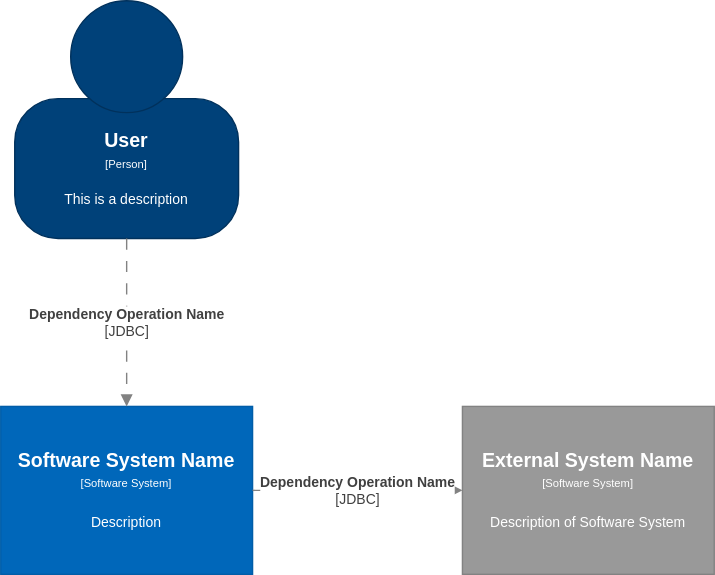
Before: doc/system-context.drawio.svg, a diagram exported from draw.io (bluezephyr/c4-hacks). Source tidied: cells renumbered, new cells last; positions are measured from the earlier drawing's top-left corner, leaving out a move shared by most shapes.
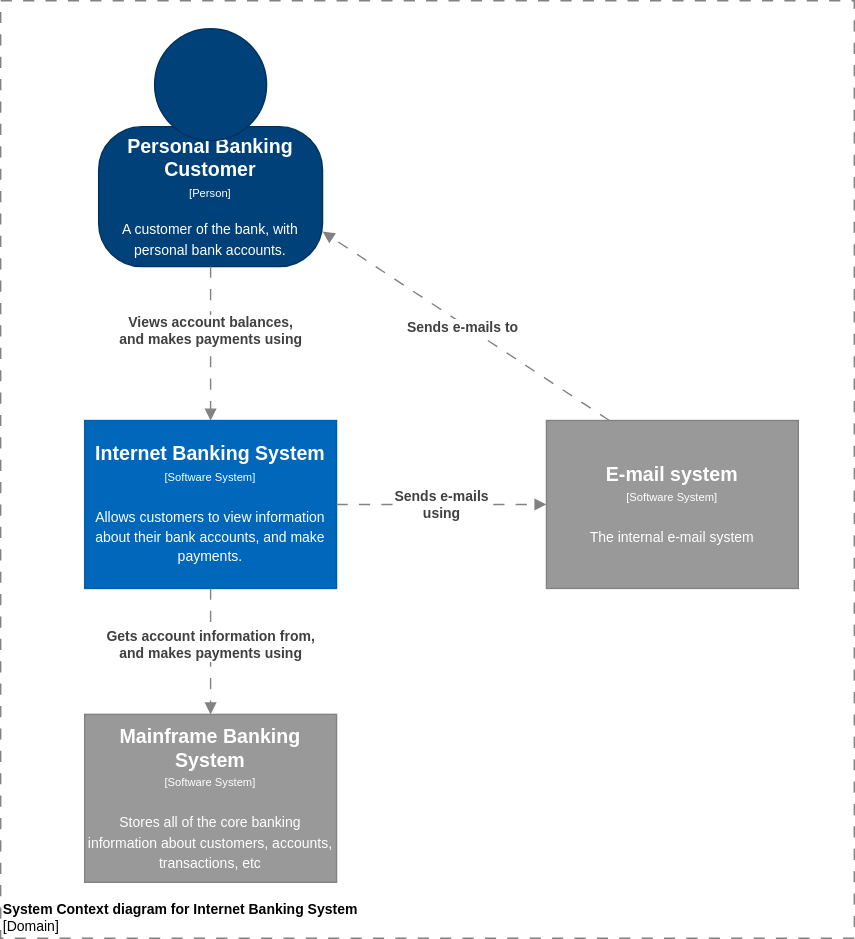
Above is the later version.

Commit message:
Update front page

Diff of the diagram source:
```diff
@@ -2,12 +2,17 @@
   <root>
     <mxCell id="0" />
     <mxCell id="1" parent="0" />
+    <object id="9" label="&lt;font style=&quot;font-size: 10px&quot;&gt;&lt;b&gt;%name%&lt;/b&gt;&lt;br style=&quot;font-size: 10px&quot;&gt;[Domain]&lt;/font&gt;" name="System Context diagram for Internet Banking System" placeholders="1">
+      <mxCell style="rounded=0;whiteSpace=wrap;html=1;strokeColor=#828282;fillColor=none;fontColor=#000000;align=left;labelPosition=center;verticalLabelPosition=middle;verticalAlign=bottom;dashed=1;strokeWidth=1;perimeterSpacing=0;spacing=2;spacingTop=0;fontSize=10;dashPattern=8 8;" parent="1" vertex="1">
+        <mxGeometry x="-60" y="-10" width="610" height="670" as="geometry" />
+      </mxCell>
+    </object>
     <object id="2" label="" instruction="edit data of the lower shape within the group" placeholders="1">
       <mxCell style="group;" parent="1" vertex="1">
-        <mxGeometry x="10" width="160" height="170" as="geometry" />
+        <mxGeometry x="10" y="10" width="160" height="170" as="geometry" />
       </mxCell>
     </object>
-    <object id="3" label="&lt;div style=&quot;color: rgb(255 , 255 , 255) ; white-space: normal&quot;&gt;&lt;span style=&quot;font-size: 14px&quot;&gt;&lt;b&gt;%name%&lt;/b&gt;&lt;/span&gt;&lt;/div&gt;&lt;div style=&quot;color: rgb(255 , 255 , 255) ; white-space: normal&quot;&gt;&lt;font style=&quot;font-size: 8px&quot;&gt;[Person]&lt;/font&gt;&lt;/div&gt;&lt;div style=&quot;color: rgb(255 , 255 , 255) ; white-space: normal ; font-size: 8px&quot;&gt;&lt;span style=&quot;font-size: x-small&quot;&gt;&lt;br&gt;&lt;/span&gt;&lt;/div&gt;&lt;div style=&quot;color: rgb(255 , 255 , 255) ; white-space: normal&quot;&gt;&lt;font size=&quot;1&quot;&gt;%description%&lt;/font&gt;&lt;/div&gt;" description="This is a description" name="User" placeholders="1">
+    <object id="3" label="&lt;div style=&quot;color: rgb(255 , 255 , 255) ; white-space: normal&quot;&gt;&lt;span style=&quot;font-size: 14px&quot;&gt;&lt;b&gt;%name%&lt;/b&gt;&lt;/span&gt;&lt;/div&gt;&lt;div style=&quot;color: rgb(255 , 255 , 255) ; white-space: normal&quot;&gt;&lt;font style=&quot;font-size: 8px&quot;&gt;[Person]&lt;/font&gt;&lt;/div&gt;&lt;div style=&quot;color: rgb(255 , 255 , 255) ; white-space: normal ; font-size: 8px&quot;&gt;&lt;span style=&quot;font-size: x-small&quot;&gt;&lt;br&gt;&lt;/span&gt;&lt;/div&gt;&lt;div style=&quot;color: rgb(255 , 255 , 255) ; white-space: normal&quot;&gt;&lt;font size=&quot;1&quot;&gt;%description%&lt;/font&gt;&lt;/div&gt;" description="A customer of the bank, with personal bank accounts." name="Personal Banking Customer" placeholders="1">
       <mxCell style="rounded=1;whiteSpace=wrap;html=1;strokeColor=#00315C;fillColor=#004179;fontColor=#000000;arcSize=31;" parent="2" vertex="1">
         <mxGeometry y="70" width="160" height="100" as="geometry" />
       </mxCell>
@@ -15,25 +20,40 @@
     <mxCell id="4" style="ellipse;whiteSpace=wrap;html=1;strokeColor=#00315C;fillColor=#004179;fontColor=#000000;" parent="2" vertex="1">
       <mxGeometry x="40" width="80" height="80" as="geometry" />
     </mxCell>
-    <object id="5" label="&lt;div&gt;&lt;span style=&quot;font-size: 14px&quot;&gt;&lt;b&gt;%name%&lt;/b&gt;&lt;/span&gt;&lt;/div&gt;&lt;div&gt;&lt;span style=&quot;font-size: 8px&quot;&gt;[Software System]&lt;/span&gt;&lt;/div&gt;&lt;div&gt;&lt;span style=&quot;font-size: 8px&quot;&gt;&lt;br&gt;&lt;/span&gt;&lt;/div&gt;&lt;div&gt;&lt;font size=&quot;1&quot;&gt;%description%&lt;/font&gt;&lt;/div&gt;" description="Description" name="Software System Name" placeholders="1">
+    <object id="5" label="&lt;div&gt;&lt;span style=&quot;font-size: 14px&quot;&gt;&lt;b&gt;%name%&lt;/b&gt;&lt;/span&gt;&lt;/div&gt;&lt;div&gt;&lt;span style=&quot;font-size: 8px&quot;&gt;[Software System]&lt;/span&gt;&lt;/div&gt;&lt;div&gt;&lt;span style=&quot;font-size: 8px&quot;&gt;&lt;br&gt;&lt;/span&gt;&lt;/div&gt;&lt;div&gt;&lt;font size=&quot;1&quot;&gt;%description%&lt;/font&gt;&lt;/div&gt;" description="Allows customers to view information about their bank accounts, and make payments." name="Internet Banking System" placeholders="1">
       <mxCell style="rounded=0;whiteSpace=wrap;html=1;fillColor=#0067BA;fontColor=#FFFFFF;strokeColor=#005DA8;" parent="1" vertex="1">
         <mxGeometry y="290" width="180" height="120" as="geometry" />
       </mxCell>
     </object>
-    <object id="6" label="&lt;div&gt;&lt;span style=&quot;font-size: 14px&quot;&gt;&lt;b&gt;%name%&lt;/b&gt;&lt;/span&gt;&lt;/div&gt;&lt;div&gt;&lt;span style=&quot;font-size: 8px&quot;&gt;[Software System&lt;/span&gt;&lt;span style=&quot;font-size: 8px&quot;&gt;]&lt;/span&gt;&lt;/div&gt;&lt;div&gt;&lt;span style=&quot;font-size: 8px&quot;&gt;&lt;br&gt;&lt;/span&gt;&lt;/div&gt;&lt;div&gt;&lt;font size=&quot;1&quot;&gt;%description%&lt;/font&gt;&lt;/div&gt;" description="Description of Software System" name="External System Name" placeholders="1">
+    <object id="6" label="&lt;div&gt;&lt;span style=&quot;font-size: 14px&quot;&gt;&lt;b&gt;%name%&lt;/b&gt;&lt;/span&gt;&lt;/div&gt;&lt;div&gt;&lt;span style=&quot;font-size: 8px&quot;&gt;[Software System&lt;/span&gt;&lt;span style=&quot;font-size: 8px&quot;&gt;]&lt;/span&gt;&lt;/div&gt;&lt;div&gt;&lt;span style=&quot;font-size: 8px&quot;&gt;&lt;br&gt;&lt;/span&gt;&lt;/div&gt;&lt;div&gt;&lt;font size=&quot;1&quot;&gt;%description%&lt;/font&gt;&lt;/div&gt;" description="The internal e-mail system" name="E-mail system" placeholders="1">
       <mxCell style="rounded=0;whiteSpace=wrap;html=1;fillColor=#999999;fontColor=#FFFFFF;strokeColor=#828282;" parent="1" vertex="1">
         <mxGeometry x="330" y="290" width="180" height="120" as="geometry" />
       </mxCell>
     </object>
-    <object id="7" label="&lt;b&gt;%name%&lt;/b&gt;&lt;br style=&quot;font-size: 10px&quot;&gt;[%technology%]" name="Dependency Operation Name" placeholders="1" technology="JDBC">
+    <object id="7" label="&lt;b&gt;%name%&lt;/b&gt;&lt;br style=&quot;font-size: 10px&quot;&gt;" name="Views account balances,&#10;and makes payments using" placeholders="1">
       <mxCell style="endArrow=block;html=1;fontSize=10;fontColor=#404040;strokeWidth=1;endFill=1;dashed=1;dashPattern=8 8;strokeColor=#828282;elbow=vertical;exitX=0.5;exitY=1;exitDx=0;exitDy=0;entryX=0.5;entryY=0;entryDx=0;entryDy=0;" parent="1" edge="1" source="3" target="5">
-        <mxGeometry relative="1" as="geometry" />
+        <mxGeometry x="-0.17" relative="1" as="geometry" />
       </mxCell>
     </object>
-    <object id="8" label="&lt;b&gt;%name%&lt;/b&gt;&lt;br style=&quot;font-size: 10px&quot;&gt;[%technology%]" name="Dependency Operation Name" placeholders="1" technology="JDBC">
+    <object id="8" label="&lt;b&gt;%name%&lt;/b&gt;&lt;br style=&quot;font-size: 10px&quot;&gt;" name="Sends e-mails&#10;using" placeholders="1">
       <mxCell style="endArrow=block;html=1;fontSize=10;fontColor=#404040;strokeWidth=1;endFill=1;dashed=1;dashPattern=8 8;strokeColor=#828282;elbow=vertical;exitX=1;exitY=0.5;exitDx=0;exitDy=0;" parent="1" edge="1" source="5" target="6">
         <mxGeometry relative="1" as="geometry" />
       </mxCell>
     </object>
+    <object id="10" label="&lt;div&gt;&lt;span style=&quot;font-size: 14px&quot;&gt;&lt;b&gt;%name%&lt;/b&gt;&lt;/span&gt;&lt;/div&gt;&lt;div&gt;&lt;span style=&quot;font-size: 8px&quot;&gt;[Software System&lt;/span&gt;&lt;span style=&quot;font-size: 8px&quot;&gt;]&lt;/span&gt;&lt;/div&gt;&lt;div&gt;&lt;span style=&quot;font-size: 8px&quot;&gt;&lt;br&gt;&lt;/span&gt;&lt;/div&gt;&lt;div&gt;&lt;font size=&quot;1&quot;&gt;%description%&lt;/font&gt;&lt;/div&gt;" description="Stores all of the core banking information about customers, accounts, transactions, etc" name="Mainframe Banking System" placeholders="1">
+      <mxCell style="rounded=0;whiteSpace=wrap;html=1;fillColor=#999999;fontColor=#FFFFFF;strokeColor=#828282;" parent="1" vertex="1">
+        <mxGeometry y="500" width="180" height="120" as="geometry" />
+      </mxCell>
+    </object>
+    <object id="11" label="&lt;b&gt;%name%&lt;/b&gt;&lt;br style=&quot;font-size: 10px&quot;&gt;" name="Gets account information from,&#10;and makes payments using" placeholders="1">
+      <mxCell style="endArrow=block;html=1;fontSize=10;fontColor=#404040;strokeWidth=1;endFill=1;dashed=1;dashPattern=8 8;strokeColor=#828282;elbow=vertical;exitX=0.5;exitY=1;exitDx=0;exitDy=0;entryX=0.5;entryY=0;entryDx=0;entryDy=0;" parent="1" edge="1" source="5" target="10">
+        <mxGeometry x="-0.11" relative="1" as="geometry" />
+      </mxCell>
+    </object>
+    <object id="12" label="&lt;b&gt;%name%&lt;/b&gt;&lt;br style=&quot;font-size: 10px&quot;&gt;" name="Sends e-mails to" placeholders="1">
+      <mxCell style="endArrow=block;html=1;fontSize=10;fontColor=#404040;strokeWidth=1;endFill=1;dashed=1;dashPattern=8 8;strokeColor=#828282;elbow=vertical;exitX=0.25;exitY=0;exitDx=0;exitDy=0;entryX=1;entryY=0.75;entryDx=0;entryDy=0;" parent="1" edge="1" source="6" target="3">
+        <mxGeometry x="0.02" y="2" relative="1" as="geometry" />
+      </mxCell>
+    </object>
   </root>
 </mxGraphModel>
```
